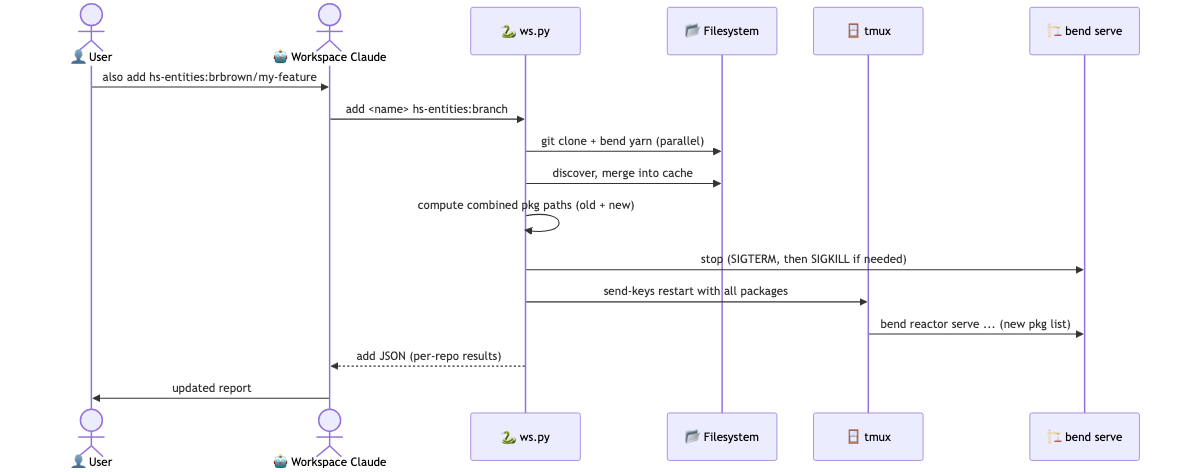
Earlier version of the Mermaid export .claude/skills/ws/diagrams/sequence-add.png (bobrown101/dotfiles). Its source is kept beside it as .claude/skills/ws/diagrams/sequence-add.mmd.
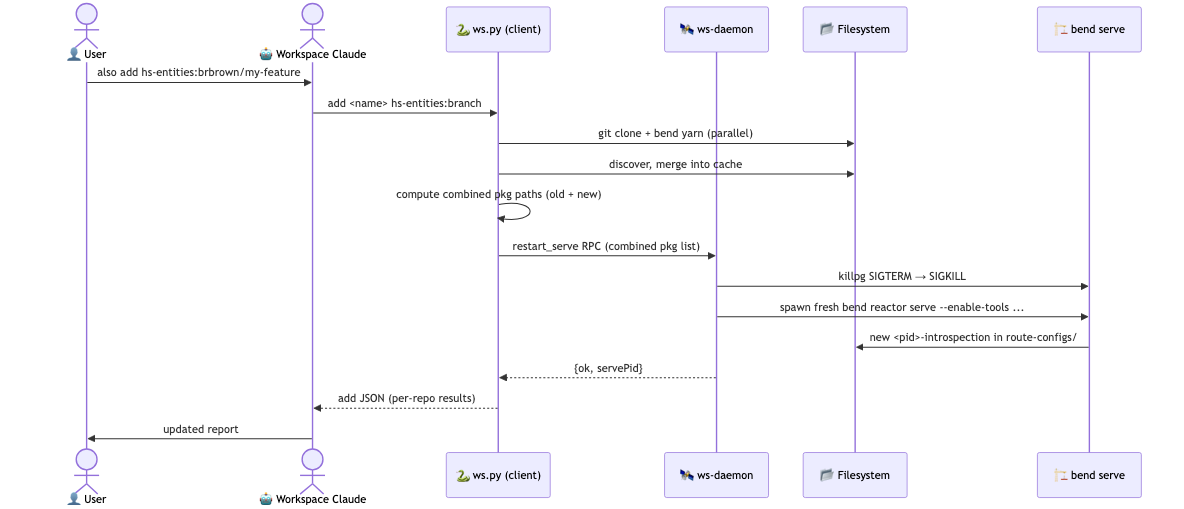
Later version of the same file.

Commit message:
docs(ws-daemon): session 3 log + ARCHITECTURE.md + sequence diagrams for Phase 3

Change to the diagram source:
```diff
@@ -1,9 +1,9 @@
 sequenceDiagram
     actor User as 👤 User
     actor WsC as 🤖 Workspace Claude
-    participant WS as 🐍 ws.py
+    participant WS as 🐍 ws.py (client)
+    participant D as 🛰️ ws-daemon
     participant FS as 📂 Filesystem
-    participant Tmux as 🪟 tmux
     participant Bend as 🏗️ bend serve
 
     User->>WsC: also add hs-entities:brbrown/my-feature
@@ -11,8 +11,10 @@
     WS->>FS: git clone + bend yarn (parallel)
     WS->>FS: discover, merge into cache
     WS->>WS: compute combined pkg paths (old + new)
-    WS->>Bend: stop (SIGTERM, then SIGKILL if needed)
-    WS->>Tmux: send-keys restart with all packages
-    Tmux->>Bend: bend reactor serve ... (new pkg list)
+    WS->>D: restart_serve RPC (combined pkg list)
+    D->>Bend: killpg SIGTERM → SIGKILL
+    D->>Bend: spawn fresh bend reactor serve --enable-tools ...
+    Bend->>FS: new <pid>-introspection in route-configs/
+    D-->>WS: {ok, servePid}
     WS-->>WsC: add JSON (per-repo results)
     WsC->>User: updated report
```
